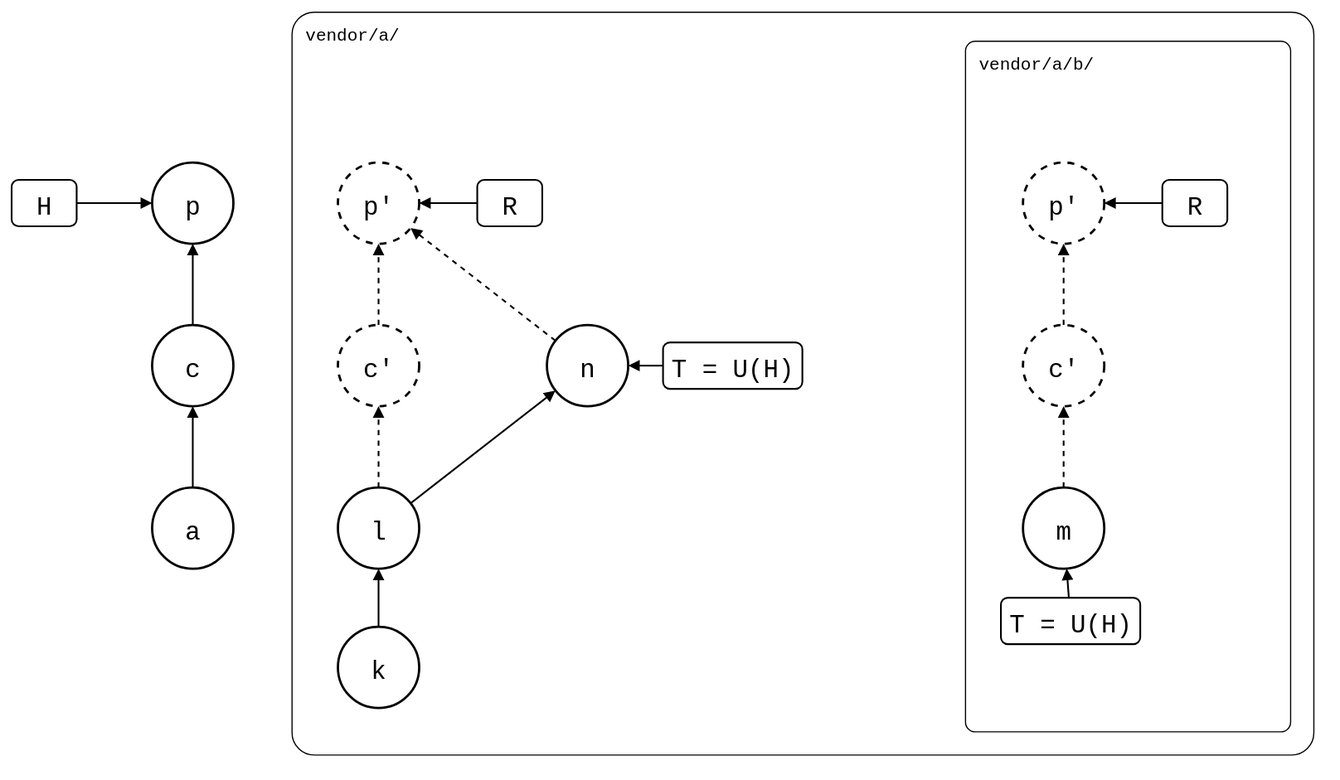
The draw.io diagram test/scenarios/05-nested-splices/01-nested-splices/changed-above-in-a-merge.drawio.svg in roschaefer/git-splice, before a commit. Source tidied: cells renumbered, new cells last; positions are measured from the earlier drawing's top-left corner, leaving out a move shared by most shapes.
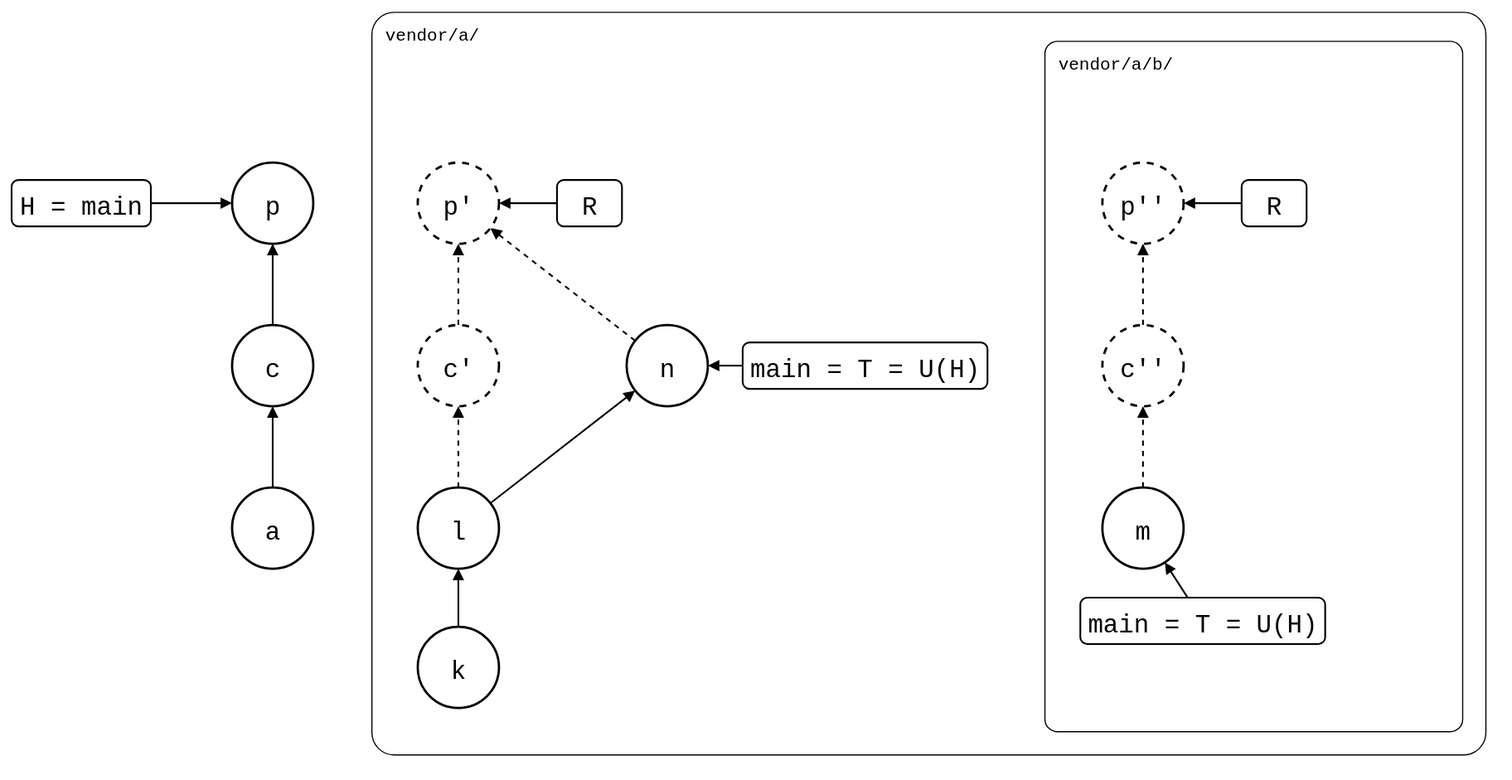
The same file after the commit.

The edit, as a diff of the source:
```diff
@@ -3,10 +3,10 @@
     <mxCell id="0" />
     <mxCell id="1" parent="0" />
     <mxCell id="2" value="vendor/a/" style="rounded=1;arcSize=3;fillColor=none;strokeWidth=1;fontSize=15;verticalAlign=top;align=left;spacingLeft=10;spacingTop=4;fontFamily=Roboto Mono,monospace;" parent="1" vertex="1">
-      <mxGeometry x="241" width="880" height="640" as="geometry" />
+      <mxGeometry x="241" width="960" height="640" as="geometry" />
     </mxCell>
     <mxCell id="3" value="vendor/a/b/" style="rounded=1;arcSize=3;fillColor=none;strokeWidth=1;fontSize=15;verticalAlign=top;align=left;spacingLeft=10;spacingTop=4;fontFamily=Roboto Mono,monospace;" parent="1" vertex="1">
-      <mxGeometry x="821" y="25" width="280" height="595" as="geometry" />
+      <mxGeometry x="821" y="25" width="360" height="595" as="geometry" />
     </mxCell>
     <mxCell id="4" value="a" style="ellipse;strokeWidth=2;fontSize=22;fontFamily=Roboto Mono,monospace;" parent="1" vertex="1">
       <mxGeometry x="121" y="410" width="70" height="70" as="geometry" />
@@ -35,26 +35,26 @@
     <mxCell id="12" value="m" style="ellipse;strokeWidth=2;fontSize=22;fontFamily=Roboto Mono,monospace;" parent="1" vertex="1">
       <mxGeometry x="871" y="410" width="70" height="70" as="geometry" />
     </mxCell>
-    <mxCell id="13" value="c'" style="ellipse;strokeWidth=2;fontSize=22;fontFamily=Roboto Mono,monospace;dashed=1;" parent="1" vertex="1">
+    <mxCell id="13" value="c''" style="ellipse;strokeWidth=2;fontSize=22;fontFamily=Roboto Mono,monospace;dashed=1;" parent="1" vertex="1">
       <mxGeometry x="871" y="270" width="70" height="70" as="geometry" />
     </mxCell>
-    <mxCell id="14" value="p'" style="ellipse;strokeWidth=2;fontSize=22;fontFamily=Roboto Mono,monospace;dashed=1;" parent="1" vertex="1">
+    <mxCell id="14" value="p''" style="ellipse;strokeWidth=2;fontSize=22;fontFamily=Roboto Mono,monospace;dashed=1;" parent="1" vertex="1">
       <mxGeometry x="871" y="130" width="70" height="70" as="geometry" />
     </mxCell>
-    <mxCell id="15" value="H" style="rounded=1;strokeWidth=1.5;fontSize=22;fontFamily=Roboto Mono,monospace;" parent="1" vertex="1">
-      <mxGeometry y="145" width="56" height="40" as="geometry" />
+    <mxCell id="15" value="H = main" style="rounded=1;strokeWidth=1.5;fontSize=22;fontFamily=Roboto Mono,monospace;" parent="1" vertex="1">
+      <mxGeometry x="-69" y="145" width="120" height="40" as="geometry" />
     </mxCell>
     <mxCell id="16" value="R" style="rounded=1;strokeWidth=1.5;fontSize=22;fontFamily=Roboto Mono,monospace;" parent="1" vertex="1">
       <mxGeometry x="401" y="145" width="56" height="40" as="geometry" />
     </mxCell>
-    <mxCell id="17" value="T = U(H)" style="rounded=1;strokeWidth=1.5;fontSize=22;fontFamily=Roboto Mono,monospace;" parent="1" vertex="1">
-      <mxGeometry x="561" y="285" width="120" height="40" as="geometry" />
+    <mxCell id="17" value="main = T = U(H)" style="rounded=1;strokeWidth=1.5;fontSize=22;fontFamily=Roboto Mono,monospace;" parent="1" vertex="1">
+      <mxGeometry x="561" y="285" width="211" height="40" as="geometry" />
     </mxCell>
     <mxCell id="18" value="R" style="rounded=1;strokeWidth=1.5;fontSize=22;fontFamily=Roboto Mono,monospace;" parent="1" vertex="1">
       <mxGeometry x="991" y="145" width="56" height="40" as="geometry" />
     </mxCell>
-    <mxCell id="19" value="T = U(H)" style="rounded=1;strokeWidth=1.5;fontSize=22;fontFamily=Roboto Mono,monospace;" parent="1" vertex="1">
-      <mxGeometry x="852" y="505" width="120" height="40" as="geometry" />
+    <mxCell id="19" value="main = T = U(H)" style="rounded=1;strokeWidth=1.5;fontSize=22;fontFamily=Roboto Mono,monospace;" parent="1" vertex="1">
+      <mxGeometry x="852" y="505" width="211" height="40" as="geometry" />
     </mxCell>
     <mxCell id="20" style="endArrow=block;endFill=1;html=1;strokeWidth=1.5;rounded=0;" parent="1" edge="1" source="4" target="5">
       <mxGeometry relative="1" as="geometry" />
```
